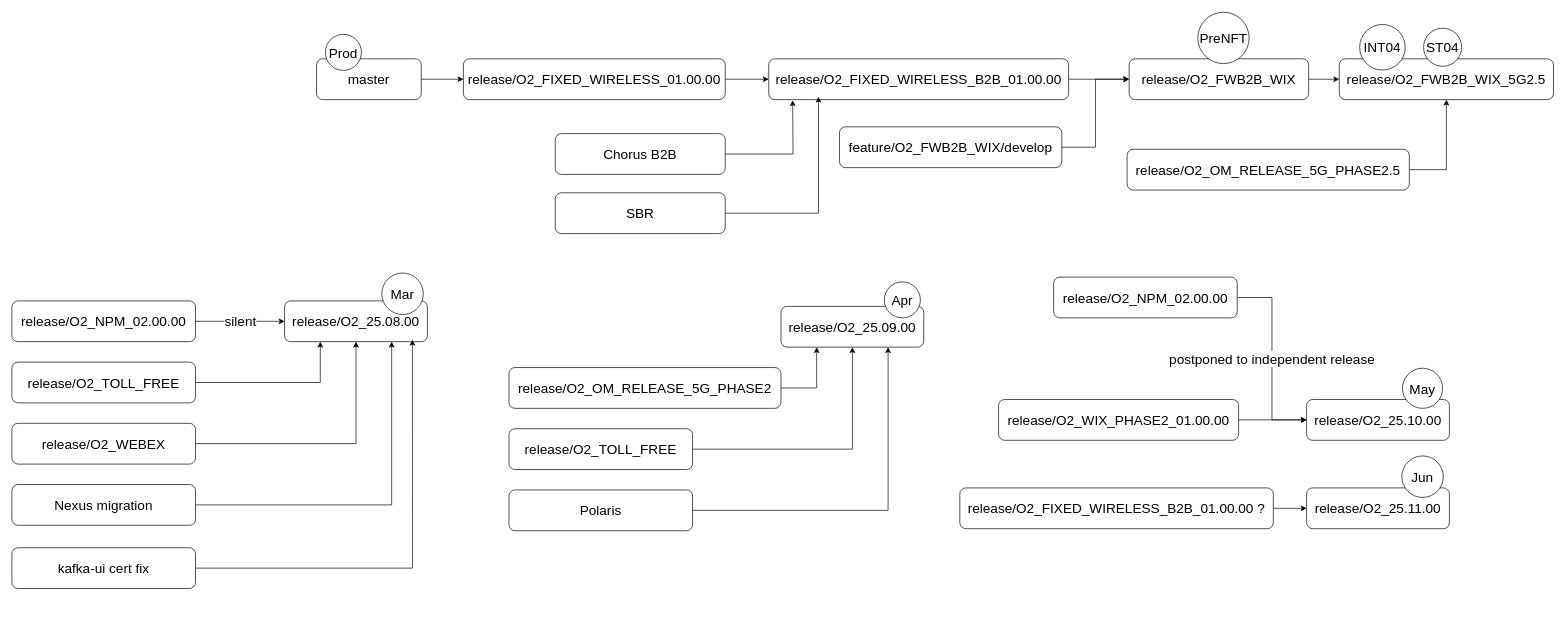
Before: sparknz_branches.drawio in huangdgm/drawio, a draw.io diagram. Source tidied: cells renumbered, new cells numbered last; positions are measured from the earlier drawing's top-left corner, leaving out a move shared by most shapes. Both pictures are drawn from the tidied source at 68%, with x=0, y=0 at pixel (12, 12).
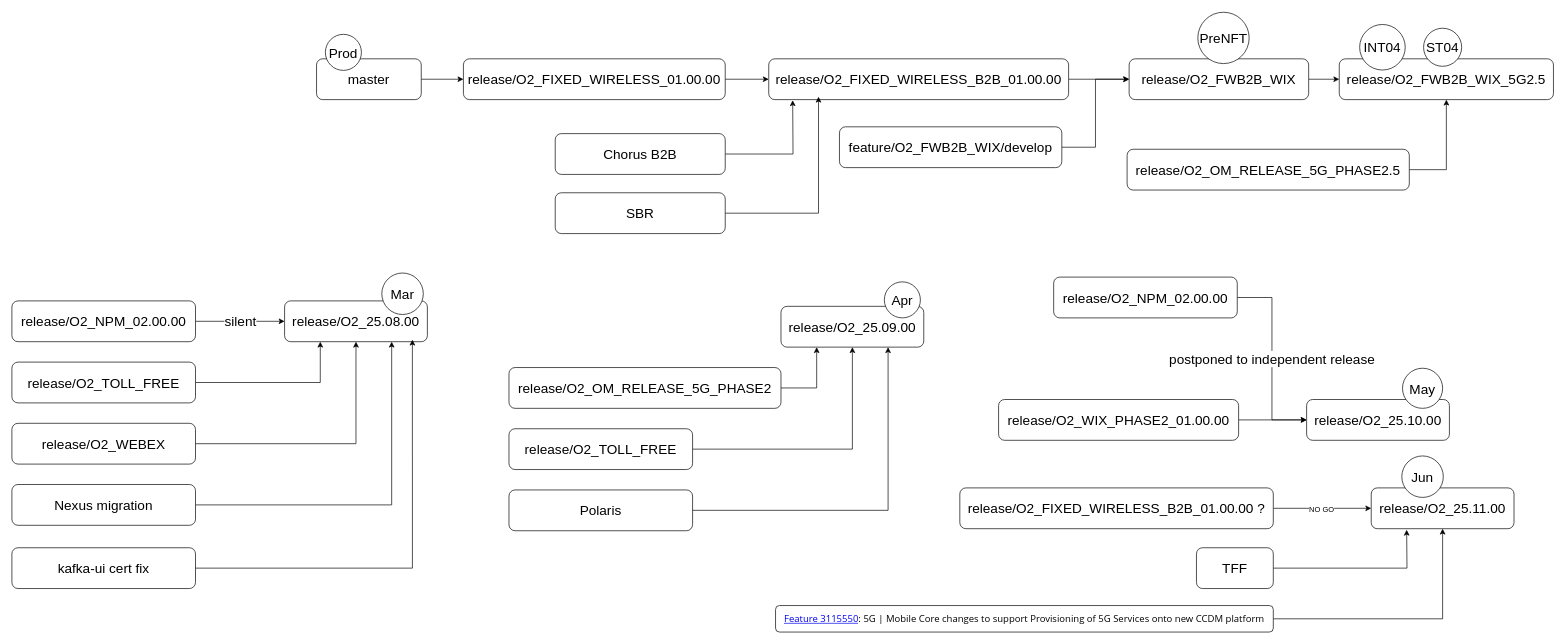
The same diagram, later.

Unchanged cells that the change refers to:
```xml
<mxCell id="38" style="edgeStyle=orthogonalEdgeStyle;rounded=0;jettySize=auto;html=1;exitX=1;exitY=0.5;exitDx=0;exitDy=0;entryX=0;entryY=0.5;entryDx=0;entryDy=0;fontSize=20;" parent="1" edge="1" source="39" target="45">
  <mxGeometry relative="1" as="geometry" />
</mxCell>
```

The edit, as a diff of the source:
```diff
@@
+    <mxCell id="53" value="NO GO" style="edgeLabel;html=1;align=center;verticalAlign=middle;" parent="38" vertex="1">
+      <mxGeometry x="-0.03" y="-1" relative="1" as="geometry" />
+    </mxCell>
@@
     <mxCell id="45" value="release/O2_25.11.00" style="rounded=1;whiteSpace=wrap;html=1;fontSize=20;" parent="1" vertex="1">
-      <mxGeometry x="1904" y="699" width="210" height="60" as="geometry" />
+      <mxGeometry x="1999" y="699" width="210" height="60" as="geometry" />
     </mxCell>
@@
+    <mxCell id="54" style="edgeStyle=orthogonalEdgeStyle;rounded=0;jettySize=auto;html=1;exitX=1;exitY=0.5;exitDx=0;exitDy=0;entryX=0.5;entryY=1;entryDx=0;entryDy=0;" parent="1" edge="1" source="55" target="45">
+      <mxGeometry relative="1" as="geometry" />
+    </mxCell>
+    <mxCell id="55" value="&lt;a style=&quot;box-sizing: border-box; border-radius: 2px; cursor: pointer; outline: transparent; transition: color 80ms cubic-bezier(0.165, 0.84, 0.44, 1), background 80ms linear; font-family: &amp;quot;Segoe UI VSS (Regular)&amp;quot;, &amp;quot;Segoe UI&amp;quot;, -apple-system, &amp;quot;system-ui&amp;quot;, Roboto, &amp;quot;Helvetica Neue&amp;quot;, Helvetica, Ubuntu, Arial, sans-serif, &amp;quot;Apple Color Emoji&amp;quot;, &amp;quot;Segoe UI Emoji&amp;quot;, &amp;quot;Segoe UI Symbol&amp;quot;; font-size: 14px; text-align: start; white-space: pre; background-color: rgb(255, 255, 255);&quot; tabindex=&quot;0&quot; href=&quot;https://dev.azure.com/sparknz/Spark/_workitems/edit/3115550&quot; class=&quot;bolt-link&quot;&gt;Feature 3115550&lt;/a&gt;&lt;span style=&quot;font-family: &amp;quot;Segoe UI VSS (Regular)&amp;quot;, &amp;quot;Segoe UI&amp;quot;, -apple-system, &amp;quot;system-ui&amp;quot;, Roboto, &amp;quot;Helvetica Neue&amp;quot;, Helvetica, Ubuntu, Arial, sans-serif, &amp;quot;Apple Color Emoji&amp;quot;, &amp;quot;Segoe UI Emoji&amp;quot;, &amp;quot;Segoe UI Symbol&amp;quot;; font-size: 14px; text-align: start; white-space: pre; background-color: rgb(255, 255, 255);&quot;&gt;: 5G | Mobile Core changes to support Provisioning of 5G Services onto new CCDM platform&lt;/span&gt;" style="rounded=1;whiteSpace=wrap;html=1;" parent="1" vertex="1">
+      <mxGeometry x="1123" y="872" width="732" height="39" as="geometry" />
+    </mxCell>
+    <mxCell id="56" style="edgeStyle=orthogonalEdgeStyle;rounded=0;jettySize=auto;html=1;exitX=1;exitY=0.5;exitDx=0;exitDy=0;" parent="1" edge="1" source="57">
+      <mxGeometry relative="1" as="geometry">
+        <mxPoint x="2051.1" y="760.6" as="targetPoint" />
+      </mxGeometry>
+    </mxCell>
+    <mxCell id="57" value="TFF" style="rounded=1;whiteSpace=wrap;html=1;fontSize=20;" parent="1" vertex="1">
+      <mxGeometry x="1742" y="787" width="113" height="60" as="geometry" />
+    </mxCell>
```
